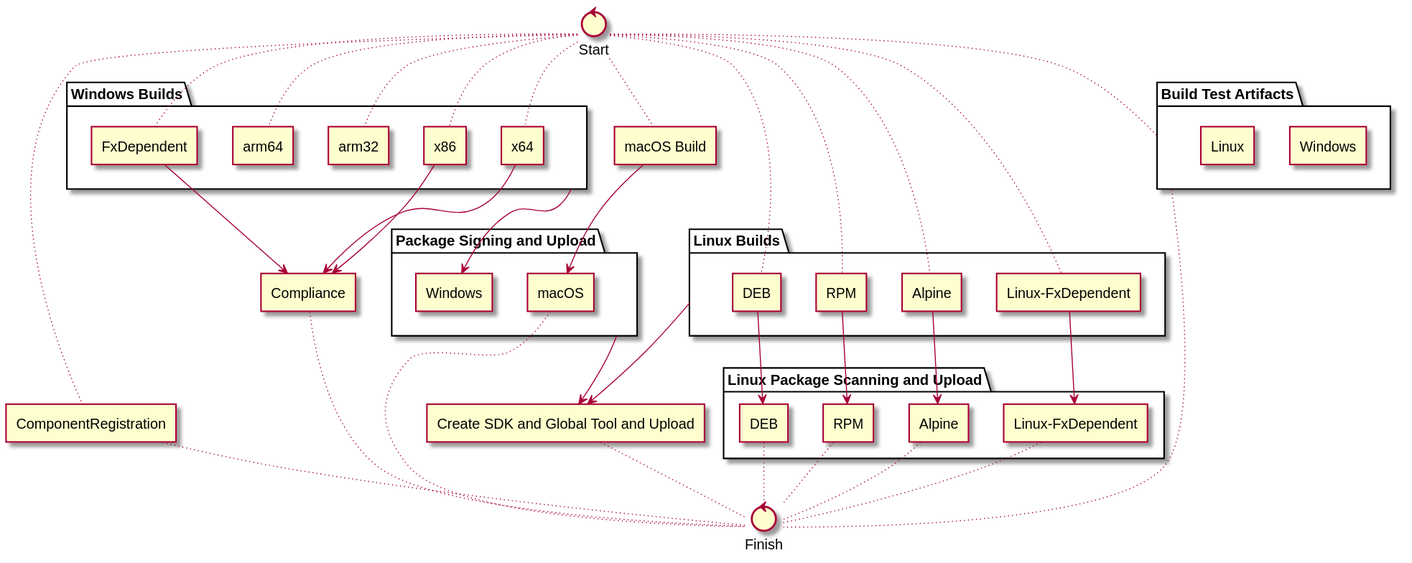
The PlantUML diagram tools/releaseBuild/azureDevOps/diagram.svg in PowerShell/PowerShell, before a commit.
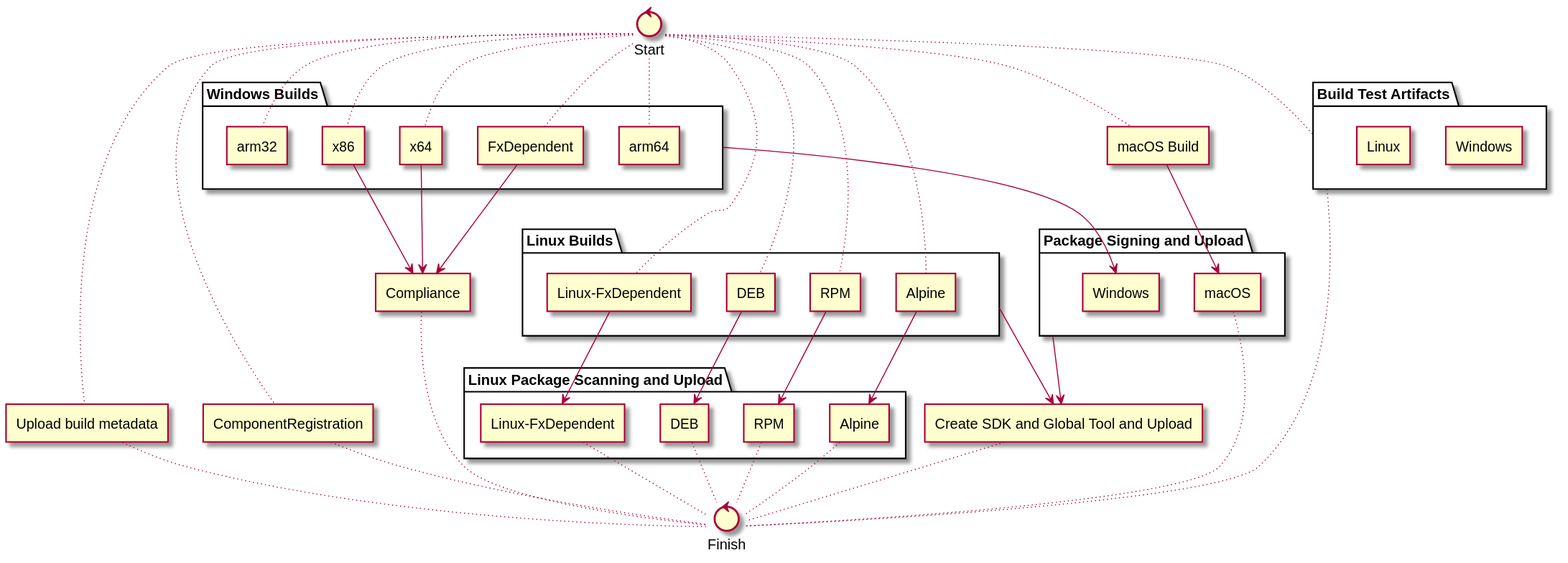
The same diagram one commit later.

Change to the diagram source:
```diff
@@ -9,6 +9,8 @@
 }
 
 agent "macOS Build"  as BuildMac
+
+agent "Upload build metadata" as BuildMetadata
 
 folder "Windows Builds" as WinBuilds {
     agent "x64"  as BuildWinX64
@@ -72,6 +74,7 @@
 BuildCG ~~ Finish
 BuildNuGet ~~ Finish
 TestArtifacts ~~ Finish
+BuildMetadata ~~ Finish
 
 Start ~~ BuildDEB
 Start ~~ BuildRPM
@@ -85,5 +88,6 @@
 Start ~~ BuildWinArm64
 Start ~~ BuildCG
 Start ~~ TestArtifacts
+Start ~~ BuildMetadata
 
 @enduml
```
